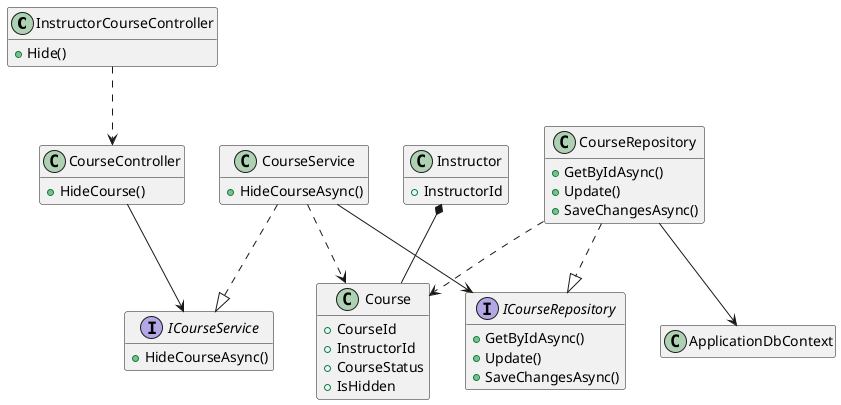
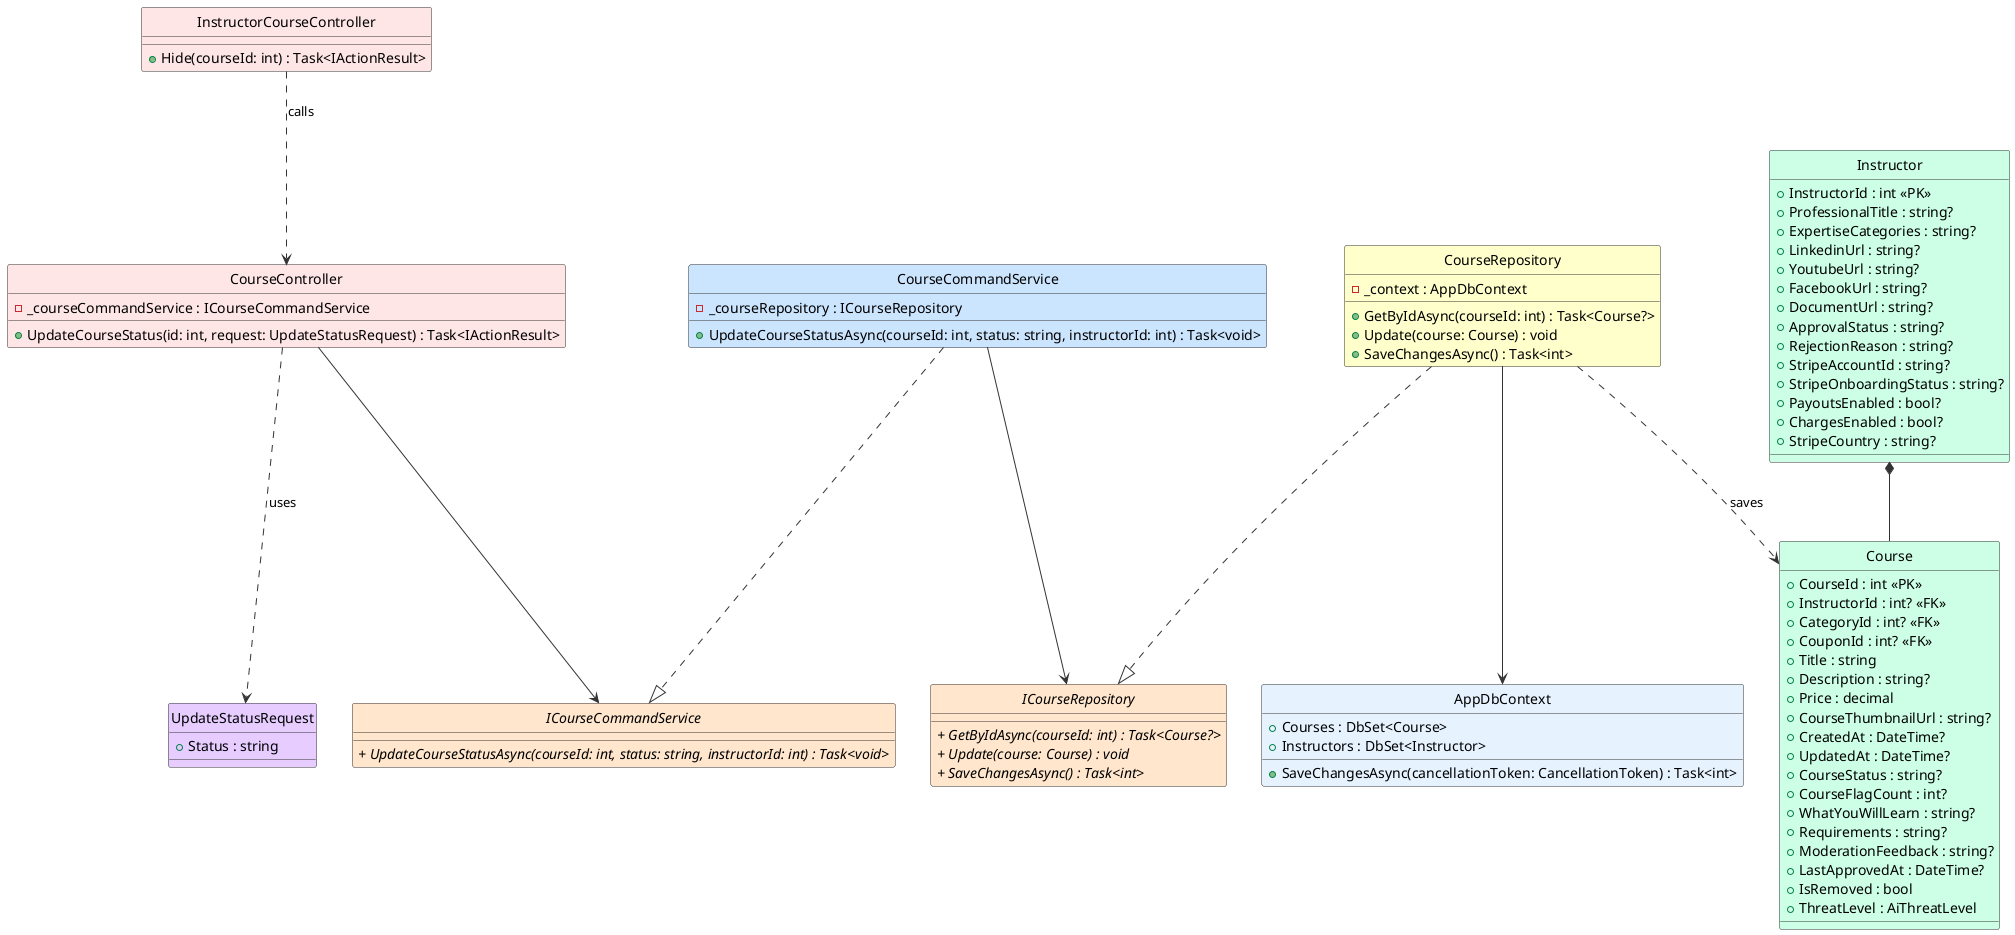
- @startuml HideCourse
+ @startuml HideCourse_ClassDiagram

- hide empty members
- 
- class InstructorCourseController {
-     + Hide()
+ ' Styling & Settings
+ skinparam style strictuml
+ skinparam shadowing false
+ skinparam class {
+     BackgroundColor White
+     BorderColor #1A73E8
+     ArrowColor #5F6368
}

- class CourseController {
-     + HideCourse()
+ !define ABSTRACT_COLOR #FFE6CC
+ !define SERVICE_COLOR #CCE5FF
+ !define DTO_COLOR #E6CCFF
+ !define ENTITY_COLOR #CCFFE6
+ !define REPOSITORY_COLOR #FFFFCC
+ !define CONTROLLER_COLOR #FFE6E6
+ 
+ skinparam backgroundColor #FFFFFF
+ skinparam classBackgroundColor #F9F9F9
+ skinparam classBorderColor #333333
+ skinparam arrowColor #333333
+ 
+ ' ==================== FRONTEND ====================
+ 
+ class InstructorCourseController #FFE6E6 {
+     + Hide(courseId: int) : Task<IActionResult>
}

- interface ICourseService {
-     + HideCourseAsync()
+ ' ==================== BACKEND - CONTROLLER ====================
+ 
+ class CourseController #FFE6E6 {
+     - _courseCommandService : ICourseCommandService
+     + UpdateCourseStatus(id: int, request: UpdateStatusRequest) : Task<IActionResult>
}

- class CourseService {
-     + HideCourseAsync()
+ ' ==================== BACKEND - DTOs ====================
+ 
+ class UpdateStatusRequest #E6CCFF {
+     + Status : string
}

- interface ICourseRepository {
-     + GetByIdAsync()
-     + Update()
-     + SaveChangesAsync()
+ ' ==================== BACKEND - DOMAIN ENTITIES ====================
+ 
+ class Course #CCFFE6 {
+     + CourseId : int <<PK>>
+     + InstructorId : int? <<FK>>
+     + CategoryId : int? <<FK>>
+     + CouponId : int? <<FK>>
+     + Title : string
+     + Description : string?
+     + Price : decimal
+     + CourseThumbnailUrl : string?
+     + CreatedAt : DateTime?
+     + UpdatedAt : DateTime?
+     + CourseStatus : string?
+     + CourseFlagCount : int?
+     + WhatYouWillLearn : string?
+     + Requirements : string?
+     + ModerationFeedback : string?
+     + LastApprovedAt : DateTime?
+     + IsRemoved : bool
+     + ThreatLevel : AiThreatLevel
}

- class CourseRepository {
-     + GetByIdAsync()
-     + Update()
-     + SaveChangesAsync()
+ class Instructor #CCFFE6 {
+     + InstructorId : int <<PK>>
+     + ProfessionalTitle : string?
+     + ExpertiseCategories : string?
+     + LinkedinUrl : string?
+     + YoutubeUrl : string?
+     + FacebookUrl : string?
+     + DocumentUrl : string?
+     + ApprovalStatus : string?
+     + RejectionReason : string?
+     + StripeAccountId : string?
+     + StripeOnboardingStatus : string?
+     + PayoutsEnabled : bool?
+     + ChargesEnabled : bool?
+     + StripeCountry : string?
}

- class Course {
-     + CourseId
-     + InstructorId
-     + CourseStatus
-     + IsHidden
+ ' ==================== BACKEND - SERVICE INTERFACES ====================
+ 
+ interface ICourseCommandService #FFE6CC {
+     //+ UpdateCourseStatusAsync(courseId: int, status: string, instructorId: int) : Task<void>//
}

- class Instructor {
-     + InstructorId
+ ' ==================== BACKEND - REPOSITORY INTERFACES ====================
+ 
+ interface ICourseRepository #FFE6CC {
+     //+ GetByIdAsync(courseId: int) : Task<Course?>//
+     //+ Update(course: Course) : void//
+     //+ SaveChangesAsync() : Task<int>//
}

- class ApplicationDbContext
+ ' ==================== BACKEND - SERVICE IMPLEMENTATION ====================

+ class CourseCommandService #CCE5FF {
+     - _courseRepository : ICourseRepository
+     + UpdateCourseStatusAsync(courseId: int, status: string, instructorId: int) : Task<void>
+ }

- ' === RELATIONSHIPS ===
- InstructorCourseController ..> CourseController
- CourseController --> ICourseService
- CourseService --> ICourseRepository
- CourseRepository --> ApplicationDbContext
- CourseService ..> Course
- CourseRepository ..> Course
+ ' ==================== BACKEND - REPOSITORY IMPLEMENTATION ====================
+ 
+ class CourseRepository #FFFFCC {
+     - _context : AppDbContext
+     + GetByIdAsync(courseId: int) : Task<Course?>
+     + Update(course: Course) : void
+     + SaveChangesAsync() : Task<int>
+ }
+ 
+ ' ==================== BACKEND - DbContext ====================
+ 
+ class AppDbContext #E6F3FF {
+     + Courses : DbSet<Course>
+     + Instructors : DbSet<Instructor>
+     + SaveChangesAsync(cancellationToken: CancellationToken) : Task<int>
+ }
+ 
+ ' ==================== RELATIONSHIPS ====================
+ 
+ ' === COMPOSITION (filled diamond) ===
Instructor *-- Course
- CourseService ..|> ICourseService
+ 
+ ' === UNIDIRECTIONAL ASSOCIATION (solid arrow) ===
+ InstructorCourseController ..> CourseController : calls
+ CourseController --> ICourseCommandService
+ CourseCommandService --> ICourseRepository
+ CourseRepository --> AppDbContext
+ 
+ ' === INTERFACE REALIZATION ===
+ CourseCommandService ..|> ICourseCommandService
CourseRepository ..|> ICourseRepository

+ ' === DEPENDENCY (dashed arrows) ===
+ CourseController ..> UpdateStatusRequest : uses
+ ' CourseRepository ..> Course : queries
+ CourseRepository ..> Course : saves
+ 
@enduml
